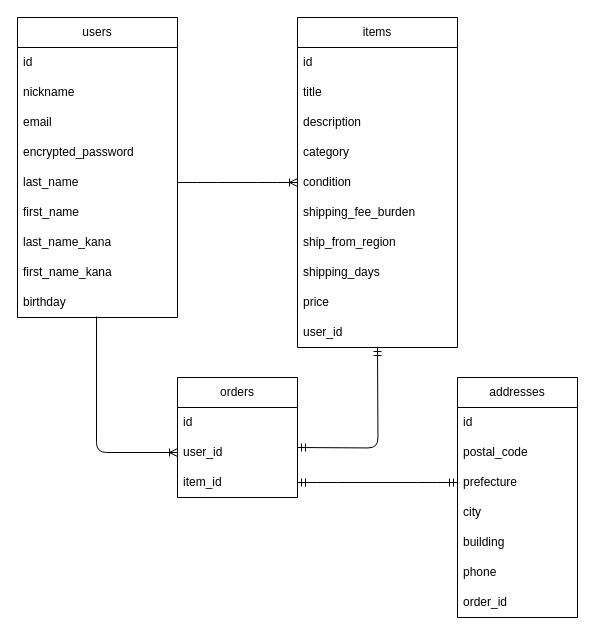
Earlier version of the draw.io diagram DB.dio (Towa0424/furima-46258). Source tidied: cells renumbered, new cells numbered last; positions are measured from the earlier drawing's top-left corner, leaving out a move shared by most shapes. Both pictures are drawn from the tidied source at 100%, with x=0, y=0 at pixel (17, 17).
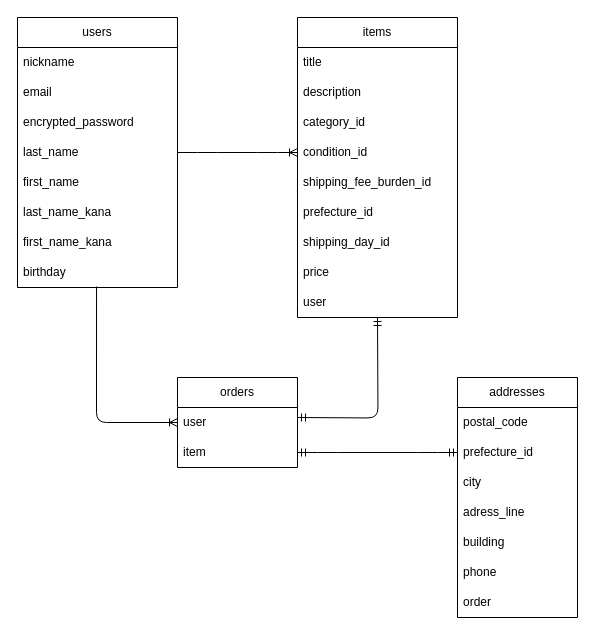
Above is the later version.

The change refers to these unchanged cells:
```xml
<mxCell id="27" value="addresses" style="swimlane;fontStyle=0;horizontal=1;startSize=30;whiteSpace=wrap;html=1;" parent="1" vertex="1">
  <mxGeometry x="440" y="360" width="120" height="240" as="geometry" />
</mxCell>
```

Change to the diagram source:
```diff
@@
     <mxCell id="2" value="users" style="swimlane;fontStyle=0;horizontal=1;startSize=30;whiteSpace=wrap;html=1;" parent="1" vertex="1">
-      <mxGeometry width="160" height="300" as="geometry" />
+      <mxGeometry width="160" height="270" as="geometry" />
     </mxCell>
-    <mxCell id="3" value="id" style="text;strokeColor=none;fillColor=none;align=left;verticalAlign=middle;spacingLeft=4;spacingRight=4;overflow=hidden;whiteSpace=wrap;html=1;" parent="2" vertex="1">
-      <mxGeometry y="30" width="160" height="30" as="geometry" />
-    </mxCell>
     <mxCell id="4" value="nickname" style="text;strokeColor=none;fillColor=none;align=left;verticalAlign=middle;spacingLeft=4;spacingRight=4;overflow=hidden;whiteSpace=wrap;html=1;" parent="2" vertex="1">
-      <mxGeometry y="60" width="160" height="30" as="geometry" />
+      <mxGeometry y="30" width="160" height="30" as="geometry" />
     </mxCell>
     <mxCell id="5" value="email" style="text;strokeColor=none;fillColor=none;align=left;verticalAlign=middle;spacingLeft=4;spacingRight=4;overflow=hidden;whiteSpace=wrap;html=1;" parent="2" vertex="1">
-      <mxGeometry y="90" width="160" height="30" as="geometry" />
+      <mxGeometry y="60" width="160" height="30" as="geometry" />
     </mxCell>
     <mxCell id="6" value="encrypted_password" style="text;strokeColor=none;fillColor=none;align=left;verticalAlign=middle;spacingLeft=4;spacingRight=4;overflow=hidden;whiteSpace=wrap;html=1;" parent="2" vertex="1">
-      <mxGeometry y="120" width="160" height="30" as="geometry" />
+      <mxGeometry y="90" width="160" height="30" as="geometry" />
     </mxCell>
     <mxCell id="7" value="last_name" style="text;strokeColor=none;fillColor=none;align=left;verticalAlign=middle;spacingLeft=4;spacingRight=4;overflow=hidden;points=[[0,0.5],[1,0.5]];portConstraint=eastwest;whiteSpace=wrap;html=1;" parent="2" vertex="1">
-      <mxGeometry y="150" width="160" height="30" as="geometry" />
+      <mxGeometry y="120" width="160" height="30" as="geometry" />
     </mxCell>
     <mxCell id="8" value="first_name" style="text;strokeColor=none;fillColor=none;align=left;verticalAlign=middle;spacingLeft=4;spacingRight=4;overflow=hidden;whiteSpace=wrap;html=1;" parent="2" vertex="1">
-      <mxGeometry y="180" width="160" height="30" as="geometry" />
+      <mxGeometry y="150" width="160" height="30" as="geometry" />
     </mxCell>
     <mxCell id="9" value="last_name_kana" style="text;strokeColor=none;fillColor=none;align=left;verticalAlign=middle;spacingLeft=4;spacingRight=4;overflow=hidden;whiteSpace=wrap;html=1;" parent="2" vertex="1">
-      <mxGeometry y="210" width="160" height="30" as="geometry" />
+      <mxGeometry y="180" width="160" height="30" as="geometry" />
     </mxCell>
     <mxCell id="10" value="first_name_kana" style="text;strokeColor=none;fillColor=none;align=left;verticalAlign=middle;spacingLeft=4;spacingRight=4;overflow=hidden;whiteSpace=wrap;html=1;" parent="2" vertex="1">
-      <mxGeometry y="240" width="160" height="30" as="geometry" />
+      <mxGeometry y="210" width="160" height="30" as="geometry" />
     </mxCell>
     <mxCell id="11" value="birthday" style="text;strokeColor=none;fillColor=none;align=left;verticalAlign=middle;spacingLeft=4;spacingRight=4;overflow=hidden;points=[[0,0.5],[1,0.5]];portConstraint=eastwest;whiteSpace=wrap;html=1;" parent="2" vertex="1">
-      <mxGeometry y="270" width="160" height="30" as="geometry" />
+      <mxGeometry y="240" width="160" height="30" as="geometry" />
     </mxCell>
     <mxCell id="12" value="items" style="swimlane;fontStyle=0;horizontal=1;startSize=30;whiteSpace=wrap;html=1;" parent="1" vertex="1">
-      <mxGeometry x="280" width="160" height="330" as="geometry" />
+      <mxGeometry x="280" width="160" height="300" as="geometry" />
     </mxCell>
-    <mxCell id="13" value="id" style="text;strokeColor=none;fillColor=none;align=left;verticalAlign=middle;spacingLeft=4;spacingRight=4;overflow=hidden;whiteSpace=wrap;html=1;" parent="12" vertex="1">
-      <mxGeometry y="30" width="160" height="30" as="geometry" />
-    </mxCell>
     <mxCell id="14" value="title" style="text;strokeColor=none;fillColor=none;align=left;verticalAlign=middle;spacingLeft=4;spacingRight=4;overflow=hidden;whiteSpace=wrap;html=1;" parent="12" vertex="1">
-      <mxGeometry y="60" width="160" height="30" as="geometry" />
+      <mxGeometry y="30" width="160" height="30" as="geometry" />
     </mxCell>
     <mxCell id="15" value="description" style="text;strokeColor=none;fillColor=none;align=left;verticalAlign=middle;spacingLeft=4;spacingRight=4;overflow=hidden;whiteSpace=wrap;html=1;" parent="12" vertex="1">
-      <mxGeometry y="90" width="160" height="30" as="geometry" />
+      <mxGeometry y="60" width="160" height="30" as="geometry" />
     </mxCell>
-    <mxCell id="16" value="category" style="text;strokeColor=none;fillColor=none;align=left;verticalAlign=middle;spacingLeft=4;spacingRight=4;overflow=hidden;whiteSpace=wrap;html=1;" parent="12" vertex="1">
-      <mxGeometry y="120" width="160" height="30" as="geometry" />
+    <mxCell id="16" value="category_id" style="text;strokeColor=none;fillColor=none;align=left;verticalAlign=middle;spacingLeft=4;spacingRight=4;overflow=hidden;whiteSpace=wrap;html=1;" parent="12" vertex="1">
+      <mxGeometry y="90" width="160" height="30" as="geometry" />
     </mxCell>
-    <mxCell id="17" value="condition" style="text;strokeColor=none;fillColor=none;align=left;verticalAlign=middle;spacingLeft=4;spacingRight=4;overflow=hidden;points=[[0,0.5],[1,0.5]];portConstraint=eastwest;whiteSpace=wrap;html=1;" parent="12" vertex="1">
-      <mxGeometry y="150" width="160" height="30" as="geometry" />
+    <mxCell id="17" value="condition_id" style="text;strokeColor=none;fillColor=none;align=left;verticalAlign=middle;spacingLeft=4;spacingRight=4;overflow=hidden;points=[[0,0.5],[1,0.5]];portConstraint=eastwest;whiteSpace=wrap;html=1;" parent="12" vertex="1">
+      <mxGeometry y="120" width="160" height="30" as="geometry" />
     </mxCell>
-    <mxCell id="18" value="shipping_fee_burden" style="text;strokeColor=none;fillColor=none;align=left;verticalAlign=middle;spacingLeft=4;spacingRight=4;overflow=hidden;whiteSpace=wrap;html=1;" parent="12" vertex="1">
-      <mxGeometry y="180" width="160" height="30" as="geometry" />
+    <mxCell id="18" value="shipping_fee_burden_id" style="text;strokeColor=none;fillColor=none;align=left;verticalAlign=middle;spacingLeft=4;spacingRight=4;overflow=hidden;whiteSpace=wrap;html=1;" parent="12" vertex="1">
+      <mxGeometry y="150" width="160" height="30" as="geometry" />
     </mxCell>
-    <mxCell id="19" value="ship_from_region" style="text;strokeColor=none;fillColor=none;align=left;verticalAlign=middle;spacingLeft=4;spacingRight=4;overflow=hidden;whiteSpace=wrap;html=1;" parent="12" vertex="1">
-      <mxGeometry y="210" width="160" height="30" as="geometry" />
+    <mxCell id="19" value="prefecture_id" style="text;strokeColor=none;fillColor=none;align=left;verticalAlign=middle;spacingLeft=4;spacingRight=4;overflow=hidden;whiteSpace=wrap;html=1;" parent="12" vertex="1">
+      <mxGeometry y="180" width="160" height="30" as="geometry" />
     </mxCell>
-    <mxCell id="20" value="shipping_days" style="text;strokeColor=none;fillColor=none;align=left;verticalAlign=middle;spacingLeft=4;spacingRight=4;overflow=hidden;whiteSpace=wrap;html=1;" parent="12" vertex="1">
-      <mxGeometry y="240" width="160" height="30" as="geometry" />
+    <mxCell id="20" value="shipping_day_id" style="text;strokeColor=none;fillColor=none;align=left;verticalAlign=middle;spacingLeft=4;spacingRight=4;overflow=hidden;whiteSpace=wrap;html=1;" parent="12" vertex="1">
+      <mxGeometry y="210" width="160" height="30" as="geometry" />
     </mxCell>
     <mxCell id="21" value="price" style="text;strokeColor=none;fillColor=none;align=left;verticalAlign=middle;spacingLeft=4;spacingRight=4;overflow=hidden;whiteSpace=wrap;html=1;" parent="12" vertex="1">
-      <mxGeometry y="270" width="160" height="30" as="geometry" />
+      <mxGeometry y="240" width="160" height="30" as="geometry" />
     </mxCell>
-    <mxCell id="22" value="user_id" style="text;strokeColor=none;fillColor=none;align=left;verticalAlign=middle;spacingLeft=4;spacingRight=4;overflow=hidden;whiteSpace=wrap;html=1;" parent="12" vertex="1">
-      <mxGeometry y="300" width="160" height="30" as="geometry" />
+    <mxCell id="22" value="user" style="text;strokeColor=none;fillColor=none;align=left;verticalAlign=middle;spacingLeft=4;spacingRight=4;overflow=hidden;whiteSpace=wrap;html=1;" parent="12" vertex="1">
+      <mxGeometry y="270" width="160" height="30" as="geometry" />
     </mxCell>
     <mxCell id="23" value="orders" style="swimlane;fontStyle=0;horizontal=1;startSize=30;whiteSpace=wrap;html=1;" parent="1" vertex="1">
-      <mxGeometry x="160" y="360" width="120" height="120" as="geometry" />
+      <mxGeometry x="160" y="360" width="120" height="90" as="geometry" />
     </mxCell>
-    <mxCell id="24" value="id" style="text;strokeColor=none;fillColor=none;align=left;verticalAlign=middle;spacingLeft=4;spacingRight=4;overflow=hidden;whiteSpace=wrap;html=1;" parent="23" vertex="1">
-      <mxGeometry y="30" width="120" height="30" as="geometry" />
-    </mxCell>
-    <mxCell id="25" value="user_id" style="text;strokeColor=none;fillColor=none;align=left;verticalAlign=middle;spacingLeft=4;spacingRight=4;overflow=hidden;points=[[0,0.5],[1,0.5]];portConstraint=eastwest;whiteSpace=wrap;html=1;" parent="23" vertex="1">
-      <mxGeometry y="60" width="120" height="30" as="geometry" />
+    <mxCell id="25" value="user" style="text;strokeColor=none;fillColor=none;align=left;verticalAlign=middle;spacingLeft=4;spacingRight=4;overflow=hidden;points=[[0,0.5],[1,0.5]];portConstraint=eastwest;whiteSpace=wrap;html=1;" parent="23" vertex="1">
+      <mxGeometry y="30" width="120" height="30" as="geometry" />
     </mxCell>
-    <mxCell id="26" value="item_id" style="text;strokeColor=none;fillColor=none;align=left;verticalAlign=middle;spacingLeft=4;spacingRight=4;overflow=hidden;points=[[0,0.5],[1,0.5]];portConstraint=eastwest;whiteSpace=wrap;html=1;" parent="23" vertex="1">
-      <mxGeometry y="90" width="120" height="30" as="geometry" />
+    <mxCell id="26" value="item" style="text;strokeColor=none;fillColor=none;align=left;verticalAlign=middle;spacingLeft=4;spacingRight=4;overflow=hidden;points=[[0,0.5],[1,0.5]];portConstraint=eastwest;whiteSpace=wrap;html=1;" parent="23" vertex="1">
+      <mxGeometry y="60" width="120" height="30" as="geometry" />
     </mxCell>
@@
-    <mxCell id="28" value="id" style="text;strokeColor=none;fillColor=none;align=left;verticalAlign=middle;spacingLeft=4;spacingRight=4;overflow=hidden;whiteSpace=wrap;html=1;" parent="27" vertex="1">
-      <mxGeometry y="30" width="120" height="30" as="geometry" />
-    </mxCell>
     <mxCell id="29" value="postal_code" style="text;strokeColor=none;fillColor=none;align=left;verticalAlign=middle;spacingLeft=4;spacingRight=4;overflow=hidden;whiteSpace=wrap;html=1;" parent="27" vertex="1">
-      <mxGeometry y="60" width="120" height="30" as="geometry" />
+      <mxGeometry y="30" width="120" height="30" as="geometry" />
     </mxCell>
-    <mxCell id="30" value="prefecture" style="text;strokeColor=none;fillColor=none;align=left;verticalAlign=middle;spacingLeft=4;spacingRight=4;overflow=hidden;points=[[0,0.5],[1,0.5]];portConstraint=eastwest;whiteSpace=wrap;html=1;" parent="27" vertex="1">
-      <mxGeometry y="90" width="120" height="30" as="geometry" />
+    <mxCell id="30" value="prefecture_id" style="text;strokeColor=none;fillColor=none;align=left;verticalAlign=middle;spacingLeft=4;spacingRight=4;overflow=hidden;points=[[0,0.5],[1,0.5]];portConstraint=eastwest;whiteSpace=wrap;html=1;" parent="27" vertex="1">
+      <mxGeometry y="60" width="120" height="30" as="geometry" />
     </mxCell>
     <mxCell id="31" value="city" style="text;strokeColor=none;fillColor=none;align=left;verticalAlign=middle;spacingLeft=4;spacingRight=4;overflow=hidden;whiteSpace=wrap;html=1;" parent="27" vertex="1">
-      <mxGeometry y="120" width="120" height="30" as="geometry" />
+      <mxGeometry y="90" width="120" height="30" as="geometry" />
     </mxCell>
+    <mxCell id="39" value="adress_line" style="text;strokeColor=none;fillColor=none;align=left;verticalAlign=middle;spacingLeft=4;spacingRight=4;overflow=hidden;whiteSpace=wrap;html=1;" parent="27" vertex="1">
+      <mxGeometry y="120" width="120" height="30" as="geometry" />
+    </mxCell>
@@
-    <mxCell id="34" value="order_id" style="text;strokeColor=none;fillColor=none;align=left;verticalAlign=middle;spacingLeft=4;spacingRight=4;overflow=hidden;whiteSpace=wrap;html=1;" parent="27" vertex="1">
+    <mxCell id="34" value="order" style="text;strokeColor=none;fillColor=none;align=left;verticalAlign=middle;spacingLeft=4;spacingRight=4;overflow=hidden;whiteSpace=wrap;html=1;" parent="27" vertex="1">
       <mxGeometry y="210" width="120" height="30" as="geometry" />
     </mxCell>
@@
     <mxCell id="37" style="edgeStyle=orthogonalEdgeStyle;fontSize=12;html=1;endArrow=ERmandOne;startArrow=ERmandOne;" parent="1" edge="1">
       <mxGeometry relative="1" as="geometry">
-        <mxPoint x="280" y="430" as="sourcePoint" />
-        <mxPoint x="360" y="330" as="targetPoint" />
+        <mxPoint x="280" y="400" as="sourcePoint" />
+        <mxPoint x="360" y="300" as="targetPoint" />
       </mxGeometry>
     </mxCell>
```
